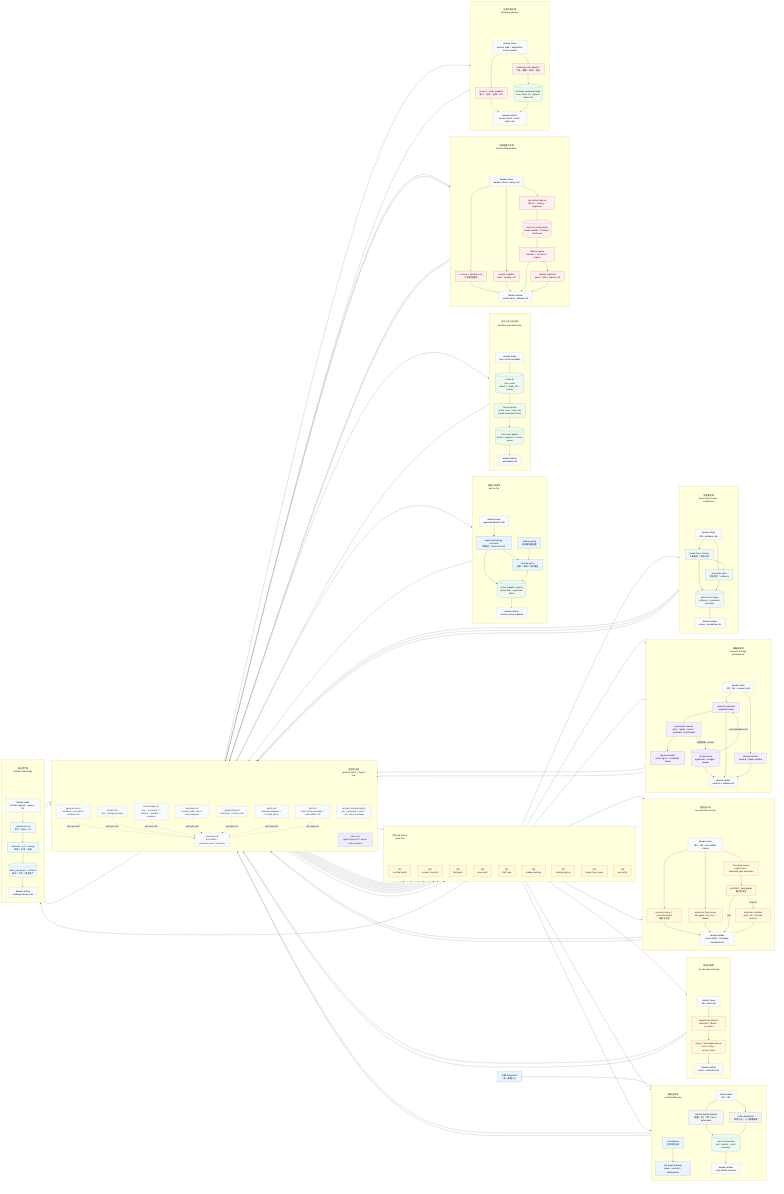
This is docs/assets/architecture-overview.png from qOeOp/trade, a Mermaid export, as it was before one commit. Its source is kept beside it as docs/architecture-overview.mmd. Its diagram source:
```mermaid
flowchart LR
  ENTRY["外部 automation<br/>单一唤醒入口"] --> CYCLE

  subgraph ORCH[" "]
    direction TB
    ORTITLE["调度运营域<br/>orchestration-ops"]
    OPAD[" "]
    OIN["domain inbox<br/>J01 / J09"]
    CYCLE["cycle planner<br/>生成本轮协议"]
    GRAPH["job graph protocol<br/>scope / contract / idempotency"]
    HEALTH["runtime health checker<br/>配置 / API / DB / lock / safe mode"]
    NOTIFY["notify dispatcher<br/>异常汇总 / 人工接管提醒"]
    OPSLOG[("ops runtime store<br/>lock / health / cycle summary")]
    OOUT["domain outbox<br/>cycle health summary"]
    ORTITLE ~~~ OPAD
    OPAD ~~~ CYCLE
    CYCLE --> GRAPH
    OIN --> HEALTH
    OIN --> NOTIFY
    HEALTH --> OPSLOG
    NOTIFY --> OPSLOG
    OPSLOG --> OOUT
  end

  subgraph FABRIC[" "]
    direction TB
    FTITLE["通信协议层<br/>protocol fabric / logical bus"]
    FSPAD[" "]
    SCHEMAS["contract schema registry<br/>job / command / event / ref / store envelopes"]
    COMMAND["command rail<br/>job tickets / command_spec / retry key"]
    FACT["fact rail<br/>event write envelopes / read model refs"]
    POLICYRAIL["policy rail<br/>approved snapshot / runtime policy"]
    MARKETRAIL["market data rail<br/>fresh facts / feature refs"]
    EXCHANGERAIL["exchange rail<br/>account/order facts / write requests"]
    STORERAIL["store rail<br/>logical-store-ref / owner write contract"]
    DATARAIL["data lineage rail<br/>raw -> canonical -> feature -> dataset -> evidence"]
    ARTIFACTRAIL["artifact rail<br/>refs / catalog summary"]
    GOVRAIL["governance rail<br/>evidence / promotion decision refs"]
    FTITLE ~~~ FSPAD
    FSPAD ~~~ SCHEMAS
    SCHEMAS ~~~ COMMAND
    SCHEMAS ~~~ STORERAIL
  end

  subgraph JOBS[" "]
    direction TB
    JTITLE["本轮 job tickets<br/>cycle fork"]
    JSPAD[" "]
    J01["J01<br/>runtime health"]
    J02["J02<br/>account reconcile"]
    J03["J03<br/>fast guard"]
    J04["J04<br/>slow watch"]
    J05["J05<br/>R&D loop"]
    J06["J06<br/>shadow tracking"]
    J07["J07<br/>catalog hygiene"]
    J08["J08<br/>closed-flow review"]
    J09["J09<br/>ops notify"]
    JTITLE ~~~ JSPAD
    JSPAD ~~~ J01
  end

  subgraph POLICY[" "]
    direction TB
    PTITLE["政策与风险域<br/>policy-risk"]
    PPAD[" "]
    PIN["domain inbox<br/>approved decision refs"]
    TCFG["trading config<br/>项目级交易配置"]
    STRAT["approved strategy contracts<br/>策略池 / Trade Contract"]
    RP["runtime policy<br/>权限 / 风险 / 成本模型"]
    POLSTORE[("policy snapshot registry<br/>policy hash / approved status")]
    POUT["domain outbox<br/>runtime policy snapshot"]
    PTITLE ~~~ PPAD
    PPAD ~~~ PIN
    PIN --> STRAT
    TCFG --> RP
    STRAT --> RP
    STRAT --> POLSTORE
    RP --> POLSTORE
    POLSTORE --> POUT
  end

  subgraph STATE[" "]
    direction TB
    STITLE["组合与执行状态域<br/>portfolio-execution-state"]
    SPAD[" "]
    SIN["domain inbox<br/>event write envelopes"]
    TDB[("trade.db<br/>plan_event<br/>observe / order_fill / review")]
    PROJ["flow projector<br/>active flows / open risk<br/>closed-unreviewed flows"]
    FLOWIDX[("flow read models<br/>active / exposure / review queue")]
    SOUT["domain outbox<br/>read model refs"]
    STITLE ~~~ SPAD
    SPAD ~~~ SIN
    SIN --> TDB
    TDB --> PROJ
    PROJ --> FLOWIDX
    FLOWIDX --> SOUT
  end

  subgraph MARKETDATA[" "]
    direction TB
    MDTITLE["市场数据产品域<br/>market-data-products"]
    MDPAD[" "]
    MDIN["domain inbox<br/>market refresh / query refs"]
    SCAN["universe / liquidity scan<br/>可交易性粗筛"]
    SNAP["symbol snapshot<br/>mark / funding / OI"]
    RAWMD["raw market capture<br/>OHLCV / funding / aggtrades"]
    MSTORE[("canonical market store<br/>closed candles / funding / checksums")]
    TECH["feature engine<br/>indicator / structure / regime"]
    DSETS["dataset manifests<br/>panel / split / feature refs"]
    MDOUT["domain outbox<br/>market facts / dataset refs"]
    MDTITLE ~~~ MDPAD
    MDPAD ~~~ MDIN
    MDIN --> RAWMD
    MDIN --> SCAN
    MDIN --> SNAP
    RAWMD --> MSTORE
    MSTORE --> TECH
    TECH --> DSETS
    SCAN --> MDOUT
    SNAP --> MDOUT
    TECH --> MDOUT
    DSETS --> MDOUT
  end

  subgraph EXCHANGE[" "]
    direction TB
    XTITLE["交易所网关域<br/>exchange-gateway"]
    XPAD[" "]
    XIN["domain inbox<br/>account read / authorized write requests"]
    ACC["account / order snapshot<br/>账户 / 仓位 / 挂单 / fills"]
    WRITE["exchange write adapter<br/>下单 / 撤单 / 保护 / 减仓"]
    XLEDGER[("exchange command ledger<br/>client order id / request-result refs")]
    XOUT["domain outbox<br/>account facts / write result refs"]
    XTITLE ~~~ XPAD
    XPAD ~~~ XIN
    XIN --> ACC
    XIN --> WRITE
    ACC --> XOUT
    WRITE --> XLEDGER
    XLEDGER --> XOUT
  end

  subgraph DECISION[" "]
    direction TB
    DTITLE["现场决策域<br/>live-decision-planning"]
    DPAD[" "]
    DIN["domain inbox<br/>J04 + input refs"]
    WATCH["opportunity planner<br/>watchlist / thesis / no_action"]
    ALLOC["sizing / risk-budget planner<br/>entry / stop / action_intent"]
    DOUT["domain outbox<br/>intent / watchlist refs"]
    DTITLE ~~~ DPAD
    DPAD ~~~ DIN
    DIN --> WATCH
    WATCH --> ALLOC
    ALLOC --> DOUT
  end

  subgraph CONTROL[" "]
    direction TB
    CTITLE["受控执行域<br/>live-execution-control"]
    CPAD[" "]
    CIN["domain inbox<br/>J02 / J03 + executable intents"]
    REC["recovery-runner / reconcile-drafts<br/>恢复与对账"]
    FAST["execution-flow-runner<br/>fast guard / dry-run / shadow"]
    EXEC["live-small-runner<br/>explicit yes / command_spec execution"]
    PREF["preflight / hard guards<br/>确定性风控"]
    EXECREC["execution recorder<br/>order_fill / blocked observe"]
    COUT["domain outbox<br/>event drafts / exchange command refs"]
    CTITLE ~~~ CPAD
    CPAD ~~~ CIN
    CIN --> REC
    CIN --> FAST
    CIN --> EXEC
    EXEC --> PREF
    PREF -->|"pass"| COUT
    PREF -->|"blocked"| EXECREC
    REC --> COUT
    FAST --> COUT
    EXECREC --> COUT
  end

  subgraph RESEARCH[" "]
    direction TB
    RDTITLE["策略研发域<br/>research-strategy-development"]
    RPAD[" "]
    RIN["domain inbox<br/>J05 / J06 + research refs"]
    RDSUP["research supervisor<br/>hypothesis loop"]
    RDTOOLS["experiment runners<br/>split / replay / panel / candidate / benchmark"]
    SIGEVAL["signal evaluator<br/>latest signal / candidate check"]
    SHADOW["shadow tracker<br/>forward / paper samples"]
    RDSTATE[("rd state store<br/>hypothesis / budget / lessons")]
    ROUT["domain outbox<br/>research / shadow refs"]
    RDTITLE ~~~ RPAD
    RPAD ~~~ RIN
    RIN --> RDSUP
    RIN --> SHADOW
    RDSUP --> RDTOOLS
    RDTOOLS --> SIGEVAL
    RDTOOLS -->|"实验结果 / lessons"| RDSTATE
    RDSTATE -->|"next hypothesis refs"| RDSUP
    RDSUP --> ROUT
    SHADOW --> ROUT
    RDSTATE --> ROUT
  end

  subgraph GOV[" "]
    direction TB
    GTITLE["治理复盘域<br/>governance-review-compliance"]
    GPAD[" "]
    GIN["domain inbox<br/>J08 + evidence refs"]
    REVIEW["closed-flow reviewer<br/>交易复盘 / 资格反馈"]
    PROMO["promotion gate<br/>资格判定 / evidence"]
    GOVLEDGER[("governance ledger<br/>evidence / promotion decisions")]
    GOUT["domain outbox<br/>review / promotion refs"]
    GTITLE ~~~ GPAD
    GPAD ~~~ GIN
    GIN --> REVIEW
    GIN --> PROMO
    REVIEW --> PROMO
    REVIEW --> GOVLEDGER
    PROMO --> GOVLEDGER
    GOVLEDGER --> GOUT
  end

  subgraph ARTIFACTS[" "]
    direction TB
    ATITLE["知识资产域<br/>artifact-knowledge"]
    APAD[" "]
    AIN["domain inbox<br/>artifact register / query / GC"]
    CAT["catalog service<br/>索引 / stale / GC"]
    RETAIN["retention / pin / lineage<br/>保留 / 引用 / 血缘"]
    ART[("data_catalog.db + artifacts<br/>研究 / 盯市 / 复盘资产")]
    AOUT["domain outbox<br/>catalog summary refs"]
    ATITLE ~~~ APAD
    APAD ~~~ AIN
    AIN --> CAT
    CAT --> RETAIN
    RETAIN --> ART
    ART --> AOUT
  end

  GRAPH --> COMMAND
  OOUT --> COMMAND

  COMMAND --> J01
  COMMAND --> J02
  COMMAND --> J03
  COMMAND --> J04
  COMMAND --> J05
  COMMAND --> J06
  COMMAND --> J07
  COMMAND --> J08
  COMMAND --> J09

  J01 --> OIN
  J09 --> OIN
  J02 --> CIN
  J03 --> CIN
  J04 --> DIN
  J05 --> RIN
  J06 --> RIN
  J07 --> AIN
  J08 --> GIN

  FACT -. "job input refs" .-> COMMAND
  POLICYRAIL -. "job input refs" .-> COMMAND
  MARKETRAIL -. "job input refs" .-> COMMAND
  EXCHANGERAIL -. "job input refs" .-> COMMAND
  DATARAIL -. "job input refs" .-> COMMAND
  ARTIFACTRAIL -. "job input refs" .-> COMMAND
  GOVRAIL -. "job input refs" .-> COMMAND

  POUT --> POLICYRAIL
  SOUT --> FACT
  MDOUT --> MARKETRAIL
  MDOUT --> DATARAIL
  DSETS --> DATARAIL
  XOUT --> EXCHANGERAIL
  DOUT --> FACT
  DOUT --> ARTIFACTRAIL
  COUT --> FACT
  COUT --> EXCHANGERAIL
  ROUT --> ARTIFACTRAIL
  ROUT --> DATARAIL
  GOUT --> FACT
  GOUT --> ARTIFACTRAIL
  GOUT --> GOVRAIL
  AOUT --> ARTIFACTRAIL
  AOUT --> DATARAIL

  FACT --> SIN
  MARKETRAIL --> MDIN
  EXCHANGERAIL --> XIN
  GOVRAIL --> PIN
  ARTIFACTRAIL --> AIN

  classDef center fill:#eaf4ff,stroke:#2f6fb0,color:#0b2540,stroke-width:1px;
  classDef ticket fill:#fff8df,stroke:#b08a00,color:#3b3000,stroke-width:1px;
  classDef state fill:#eefaf0,stroke:#2f7d4f,color:#10351e,stroke-width:1px;
  classDef trade fill:#fff7df,stroke:#b08a00,color:#3b3000,stroke-width:1px;
  classDef research fill:#f2eefe,stroke:#7556b8,color:#241445,stroke-width:1px;
  classDef market fill:#fff0f0,stroke:#b83a3a,color:#471010,stroke-width:1px;
  classDef gov fill:#f0f7f7,stroke:#448080,color:#143838,stroke-width:1px;
  classDef artifact fill:#eef8ff,stroke:#3b82a0,color:#12333f,stroke-width:1px;
  classDef handler fill:#f3f4f6,stroke:#6b7280,color:#111827,stroke-width:1px;
  classDef rail fill:#f8fafc,stroke:#64748b,color:#334155,stroke-width:1px,stroke-dasharray:4 3;
  classDef port fill:#f9fafb,stroke:#6b7280,color:#111827,stroke-width:1px,stroke-dasharray:3 2;
  classDef spacer fill:transparent,stroke:transparent,color:transparent;
  classDef domainTitle fill:transparent,stroke:transparent,color:#1f2937,stroke-width:0px;

  class ENTRY,CYCLE,GRAPH,RP,TCFG,STRAT center;
  class COMMAND,FACT,POLICYRAIL,MARKETRAIL,EXCHANGERAIL,DATARAIL,ARTIFACTRAIL,GOVRAIL,SCHEMAS rail;
  class OIN,OOUT,PIN,POUT,SIN,SOUT,MDIN,MDOUT,XIN,XOUT,DIN,DOUT,CIN,COUT,RIN,ROUT,GIN,GOUT,AIN,AOUT port;
  class HEALTH,NOTIFY handler;
  class J01,J02,J03,J04,J05,J06,J07,J08,J09 ticket;
  class TDB,PROJ,FLOWIDX,OPSLOG,POLSTORE,XLEDGER state;
  class WATCH,ALLOC,EXEC,PREF,REC,FAST,EXECREC trade;
  class RDSTATE,RDTOOLS,RDSUP,SIGEVAL,SHADOW research;
  class SCAN,SNAP,RAWMD,TECH,DSETS,MSTORE market;
  class ACC,WRITE market;
  class REVIEW,PROMO,GOVLEDGER gov;
  class CAT,RETAIN,ART artifact;
  class OPAD,FSPAD,JSPAD,PPAD,SPAD,MDPAD,XPAD,DPAD,CPAD,RPAD,GPAD,APAD spacer;
  class ORTITLE,FTITLE,JTITLE,PTITLE,STITLE,MDTITLE,XTITLE,DTITLE,CTITLE,RDTITLE,GTITLE,ATITLE domainTitle;
```
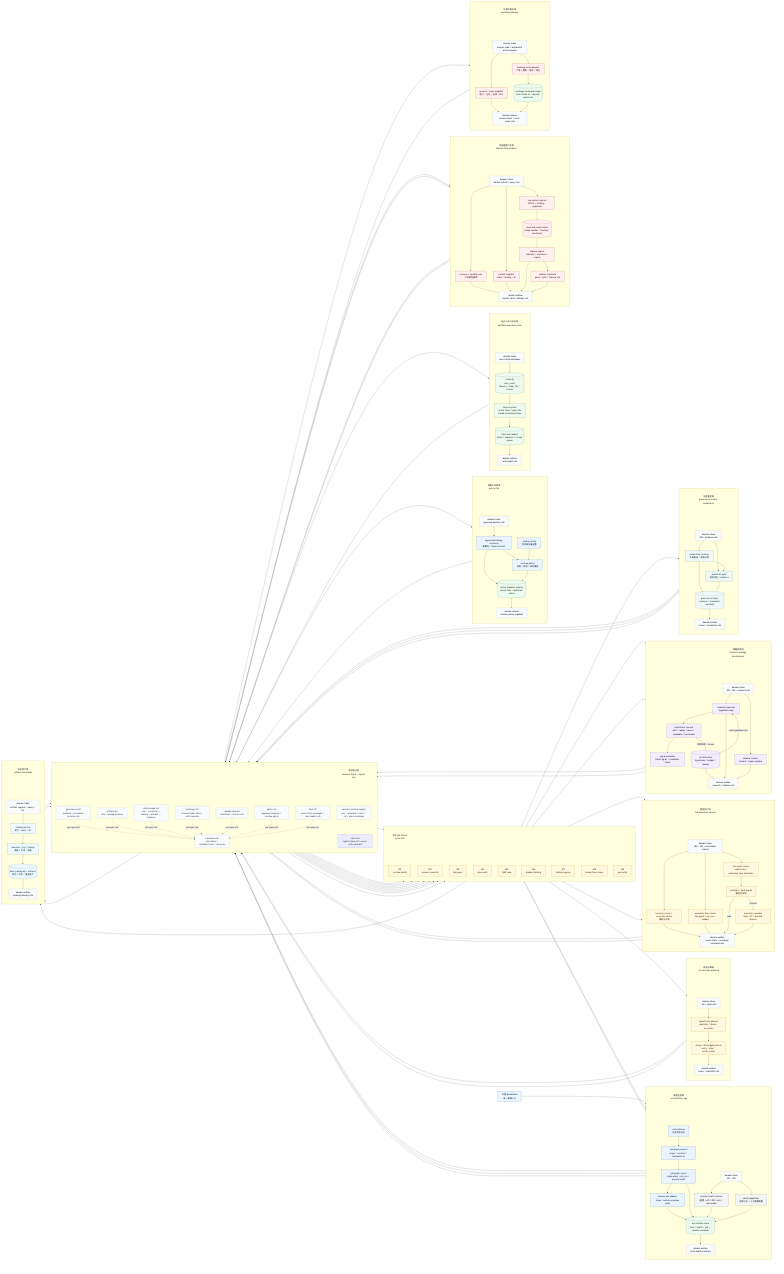
After the change.

What changed in the source:
```diff
@@ -8,15 +8,21 @@
     OIN["domain inbox<br/>J01 / J09"]
     CYCLE["cycle planner<br/>生成本轮协议"]
     GRAPH["job graph protocol<br/>scope / contract / idempotency"]
+    RUNNER["job graph runner<br/>stage order / dry-run / execute audit"]
+    BUS["domain bus adapter<br/>inbox / outbox envelope audit"]
     HEALTH["runtime health checker<br/>配置 / API / DB / lock / safe mode"]
     NOTIFY["notify dispatcher<br/>异常汇总 / 人工接管提醒"]
-    OPSLOG[("ops runtime store<br/>lock / health / cycle summary")]
+    OPSLOG[("ops runtime store<br/>lock / health / job / domain messages")]
     OOUT["domain outbox<br/>cycle health summary"]
     ORTITLE ~~~ OPAD
     OPAD ~~~ CYCLE
     CYCLE --> GRAPH
+    GRAPH --> RUNNER
+    RUNNER --> BUS
     OIN --> HEALTH
     OIN --> NOTIFY
+    BUS --> OPSLOG
+    RUNNER --> OPSLOG
     HEALTH --> OPSLOG
     NOTIFY --> OPSLOG
     OPSLOG --> OOUT
@@ -240,6 +246,7 @@
   end
 
   GRAPH --> COMMAND
+  RUNNER --> COMMAND
   OOUT --> COMMAND
 
   COMMAND --> J01
@@ -308,7 +315,7 @@
   classDef spacer fill:transparent,stroke:transparent,color:transparent;
   classDef domainTitle fill:transparent,stroke:transparent,color:#1f2937,stroke-width:0px;
 
-  class ENTRY,CYCLE,GRAPH,RP,TCFG,STRAT center;
+  class ENTRY,CYCLE,GRAPH,RUNNER,BUS,RP,TCFG,STRAT center;
   class COMMAND,FACT,POLICYRAIL,MARKETRAIL,EXCHANGERAIL,DATARAIL,ARTIFACTRAIL,GOVRAIL,SCHEMAS rail;
   class OIN,OOUT,PIN,POUT,SIN,SOUT,MDIN,MDOUT,XIN,XOUT,DIN,DOUT,CIN,COUT,RIN,ROUT,GIN,GOUT,AIN,AOUT port;
   class HEALTH,NOTIFY handler;
```
